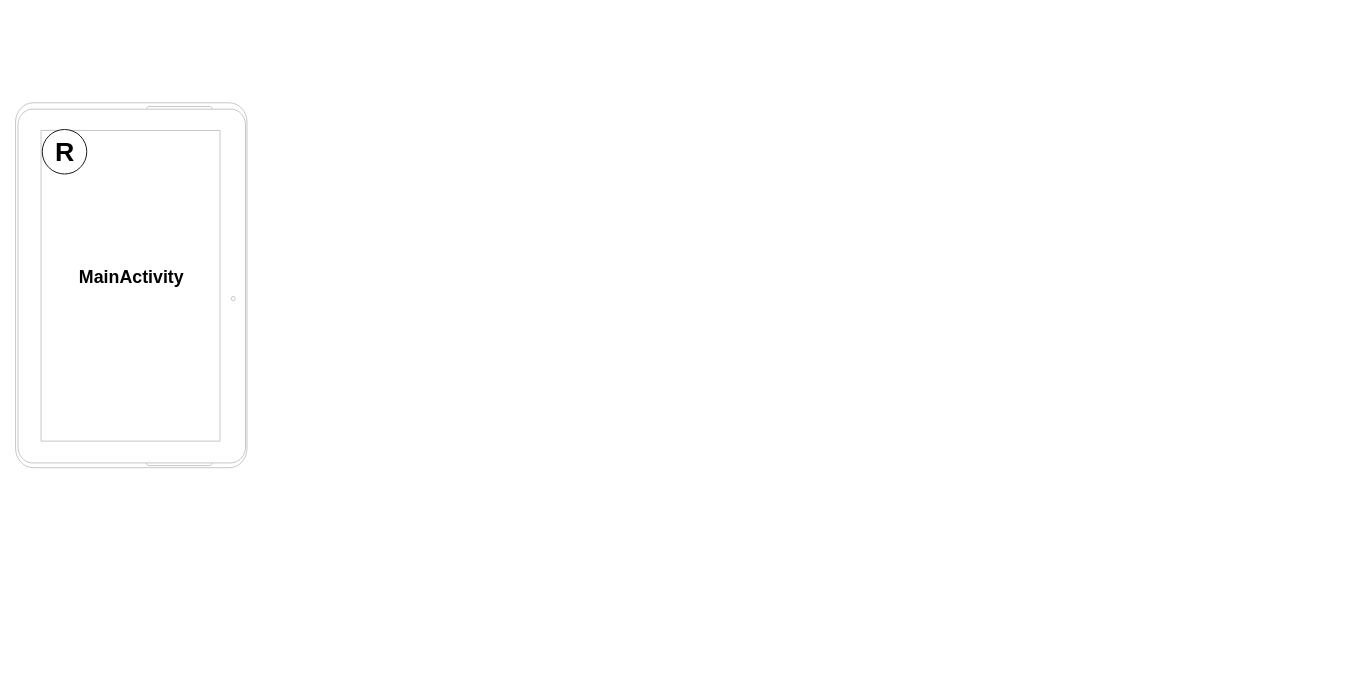
Above: Untitled Diagram.drawio in red-fox-yj/draw.io (draw.io), before the change. Source tidied: cells renumbered, new cells numbered last; positions are measured from the earlier drawing's top-left corner, leaving out a move shared by most shapes. Both pictures are drawn from the tidied source at 89%, with x=0, y=0 at pixel (15, 102).
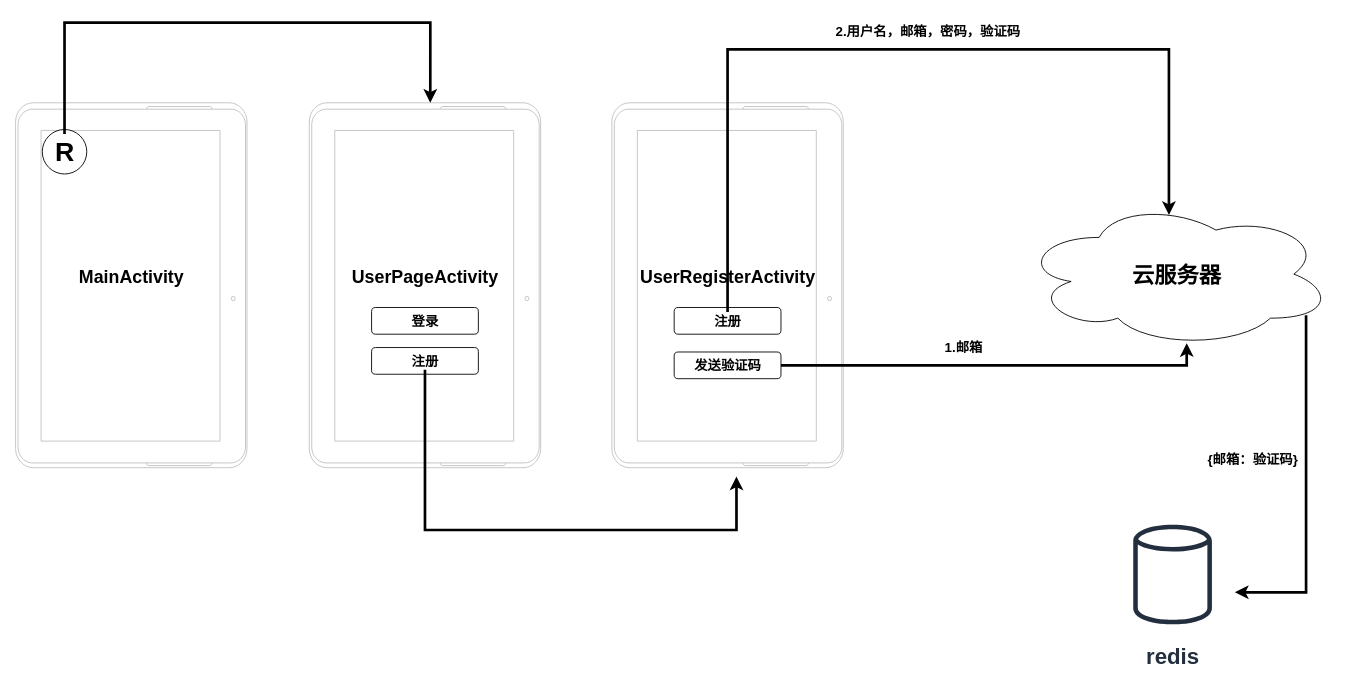
The same page after the edit.

The change refers to these unchanged cells:
```xml
<mxCell id="6" value="&lt;font style=&quot;vertical-align: inherit; font-size: 30px;&quot;&gt;&lt;font style=&quot;vertical-align: inherit; font-size: 30px;&quot;&gt;&lt;font style=&quot;vertical-align: inherit; font-size: 30px;&quot;&gt;&lt;font style=&quot;vertical-align: inherit; font-size: 30px;&quot;&gt;&lt;font style=&quot;vertical-align: inherit; font-size: 30px;&quot;&gt;&lt;font style=&quot;vertical-align: inherit; font-size: 30px;&quot;&gt;&lt;font style=&quot;vertical-align: inherit; font-size: 30px;&quot;&gt;&lt;font style=&quot;vertical-align: inherit; font-size: 30px;&quot;&gt;R&lt;/font&gt;&lt;/font&gt;&lt;/font&gt;&lt;/font&gt;&lt;/font&gt;&lt;/font&gt;&lt;/font&gt;&lt;/font&gt;" style="text;html=1;align=center;verticalAlign=middle;points=[];fillColor=none;strokeColor=none;rounded=0;fontSize=30;fontStyle=1;" parent="2" vertex="1">
  <mxGeometry x="35" y="35" width="40" height="40" as="geometry" />
</mxCell>
```

What changed in the source:
```diff
@@
+    <mxCell id="7" style="group;" parent="1" vertex="1">
+      <mxGeometry x="330" width="260" height="410" as="geometry" />
+    </mxCell>
+    <mxCell id="8" style="verticalLabelPosition=bottom;verticalAlign=top;html=1;shadow=0;dashed=0;strokeWidth=1;shape=mxgraph.android.tab2;strokeColor=#c0c0c0;" parent="7" vertex="1">
+      <mxGeometry width="260" height="410" as="geometry" />
+    </mxCell>
+    <mxCell id="9" value="&lt;font style=&quot;vertical-align: inherit ; font-size: 20px&quot;&gt;&lt;font style=&quot;vertical-align: inherit ; font-size: 20px&quot;&gt;&lt;font style=&quot;vertical-align: inherit ; font-size: 20px&quot;&gt;&lt;font style=&quot;vertical-align: inherit ; font-size: 20px&quot;&gt;UserPageActivity&lt;/font&gt;&lt;/font&gt;&lt;/font&gt;&lt;/font&gt;" style="text;html=1;align=center;verticalAlign=middle;fillColor=none;strokeColor=none;rounded=0;fontStyle=1;fontSize=20;" parent="7" vertex="1">
+      <mxGeometry x="40" y="180" width="180" height="30" as="geometry" />
+    </mxCell>
+    <mxCell id="10" style="group;" parent="7" vertex="1">
+      <mxGeometry x="70" y="230" width="120" height="30" as="geometry" />
+    </mxCell>
+    <mxCell id="11" style="rounded=1;whiteSpace=wrap;html=1;" parent="10" vertex="1">
+      <mxGeometry width="120" height="30" as="geometry" />
+    </mxCell>
+    <mxCell id="12" value="&lt;b&gt;&lt;font style=&quot;font-size: 15px&quot;&gt;登录&lt;/font&gt;&lt;/b&gt;" style="text;html=1;align=center;verticalAlign=middle;fillColor=none;strokeColor=none;rounded=0;" parent="10" vertex="1">
+      <mxGeometry x="35" y="5" width="50" height="20" as="geometry" />
+    </mxCell>
+    <mxCell id="13" style="group;" parent="7" vertex="1">
+      <mxGeometry x="70" y="275" width="120" height="30" as="geometry" />
+    </mxCell>
+    <mxCell id="14" style="rounded=1;whiteSpace=wrap;html=1;" parent="13" vertex="1">
+      <mxGeometry width="120" height="30" as="geometry" />
+    </mxCell>
+    <mxCell id="15" value="&lt;b&gt;&lt;font style=&quot;font-size: 15px&quot;&gt;注册&lt;/font&gt;&lt;/b&gt;" style="text;html=1;align=center;verticalAlign=middle;points=[];fillColor=none;strokeColor=none;rounded=0;" parent="13" vertex="1">
+      <mxGeometry x="35" y="5" width="50" height="20" as="geometry" />
+    </mxCell>
+    <mxCell id="16" style="edgeStyle=orthogonalEdgeStyle;rounded=0;jettySize=auto;html=1;entryX=0.523;entryY=0;entryDx=0;entryDy=0;entryPerimeter=0;strokeWidth=3;" parent="1" edge="1" source="6" target="8">
+      <mxGeometry relative="1" as="geometry">
+        <Array as="points">
+          <mxPoint x="55" y="-90" />
+          <mxPoint x="466" y="-90" />
+        </Array>
+      </mxGeometry>
+    </mxCell>
+    <mxCell id="17" style="group;" parent="1" vertex="1">
+      <mxGeometry x="670" width="260" height="410" as="geometry" />
+    </mxCell>
+    <mxCell id="18" style="verticalLabelPosition=bottom;verticalAlign=top;html=1;shadow=0;dashed=0;strokeWidth=1;shape=mxgraph.android.tab2;strokeColor=#c0c0c0;" parent="17" vertex="1">
+      <mxGeometry width="260" height="410" as="geometry" />
+    </mxCell>
+    <mxCell id="19" value="&lt;font style=&quot;vertical-align: inherit ; font-size: 20px&quot;&gt;&lt;font style=&quot;vertical-align: inherit ; font-size: 20px&quot;&gt;&lt;font style=&quot;vertical-align: inherit ; font-size: 20px&quot;&gt;&lt;font style=&quot;vertical-align: inherit ; font-size: 20px&quot;&gt;UserRegisterActivity&lt;/font&gt;&lt;/font&gt;&lt;/font&gt;&lt;/font&gt;" style="text;html=1;align=center;verticalAlign=middle;fillColor=none;strokeColor=none;rounded=0;fontStyle=1;fontSize=20;" parent="17" vertex="1">
+      <mxGeometry x="25" y="180" width="210" height="30" as="geometry" />
+    </mxCell>
+    <mxCell id="20" style="group;" parent="17" vertex="1">
+      <mxGeometry x="70" y="230" width="120" height="30" as="geometry" />
+    </mxCell>
+    <mxCell id="21" style="rounded=1;whiteSpace=wrap;html=1;" parent="20" vertex="1">
+      <mxGeometry width="120" height="30" as="geometry" />
+    </mxCell>
+    <mxCell id="22" value="&lt;b&gt;&lt;font style=&quot;font-size: 15px&quot;&gt;注册&lt;/font&gt;&lt;/b&gt;" style="text;html=1;align=center;verticalAlign=middle;points=[];fillColor=none;strokeColor=none;rounded=0;" parent="20" vertex="1">
+      <mxGeometry x="35" y="5" width="50" height="20" as="geometry" />
+    </mxCell>
+    <mxCell id="23" style="group;" parent="17" vertex="1">
+      <mxGeometry x="70" y="280" width="120" height="30" as="geometry" />
+    </mxCell>
+    <mxCell id="24" style="rounded=1;whiteSpace=wrap;html=1;" parent="23" vertex="1">
+      <mxGeometry width="120" height="30" as="geometry" />
+    </mxCell>
+    <mxCell id="25" value="&lt;b&gt;&lt;font style=&quot;font-size: 15px&quot;&gt;发送验证码&lt;/font&gt;&lt;/b&gt;" style="text;html=1;align=center;verticalAlign=middle;fillColor=none;strokeColor=none;rounded=0;" parent="23" vertex="1">
+      <mxGeometry x="15" y="5" width="90" height="20" as="geometry" />
+    </mxCell>
+    <mxCell id="26" style="edgeStyle=orthogonalEdgeStyle;rounded=0;jettySize=auto;html=1;strokeWidth=3;" parent="1" edge="1" source="15">
+      <mxGeometry relative="1" as="geometry">
+        <mxPoint x="810" y="420" as="targetPoint" />
+        <Array as="points">
+          <mxPoint x="460" y="480" />
+          <mxPoint x="810" y="480" />
+        </Array>
+      </mxGeometry>
+    </mxCell>
+    <mxCell id="27" style="edgeStyle=orthogonalEdgeStyle;rounded=0;jettySize=auto;html=1;entryX=1;entryY=0.643;entryDx=0;entryDy=0;entryPerimeter=0;strokeWidth=3;" parent="1" edge="1" source="28" target="33">
+      <mxGeometry relative="1" as="geometry">
+        <Array as="points">
+          <mxPoint x="1450" y="550" />
+        </Array>
+      </mxGeometry>
+    </mxCell>
+    <mxCell id="28" value="&lt;font size=&quot;1&quot;&gt;&lt;b style=&quot;font-size: 25px&quot;&gt;云服务器&lt;/b&gt;&lt;/font&gt;" style="ellipse;shape=cloud;whiteSpace=wrap;html=1;align=center;" parent="1" vertex="1">
+      <mxGeometry x="1130" y="110" width="350" height="165" as="geometry" />
+    </mxCell>
+    <mxCell id="29" style="edgeStyle=orthogonalEdgeStyle;rounded=0;jettySize=auto;html=1;entryX=0.531;entryY=0.97;entryDx=0;entryDy=0;entryPerimeter=0;strokeWidth=3;" parent="1" edge="1" source="24" target="28">
+      <mxGeometry relative="1" as="geometry" />
+    </mxCell>
+    <mxCell id="30" value="&lt;b&gt;&lt;font style=&quot;font-size: 15px&quot;&gt;1.邮箱&lt;/font&gt;&lt;/b&gt;" style="text;html=1;align=center;verticalAlign=middle;fillColor=none;strokeColor=none;rounded=0;" parent="1" vertex="1">
+      <mxGeometry x="1035" y="265" width="60" height="20" as="geometry" />
+    </mxCell>
+    <mxCell id="31" style="edgeStyle=orthogonalEdgeStyle;rounded=0;jettySize=auto;html=1;entryX=0.474;entryY=0.097;entryDx=0;entryDy=0;entryPerimeter=0;strokeWidth=3;" parent="1" edge="1" source="22" target="28">
+      <mxGeometry relative="1" as="geometry">
+        <Array as="points">
+          <mxPoint x="800" y="-60" />
+          <mxPoint x="1296" y="-60" />
+        </Array>
+      </mxGeometry>
+    </mxCell>
+    <mxCell id="32" value="&lt;b&gt;&lt;font style=&quot;font-size: 15px&quot;&gt;2.用户名，邮箱，密码，验证码&lt;/font&gt;&lt;/b&gt;" style="text;html=1;align=center;verticalAlign=middle;fillColor=none;strokeColor=none;rounded=0;" parent="1" vertex="1">
+      <mxGeometry x="915" y="-90" width="220" height="20" as="geometry" />
+    </mxCell>
+    <mxCell id="33" value="&lt;font style=&quot;font-size: 25px&quot;&gt;&lt;b&gt;redis&lt;/b&gt;&lt;/font&gt;" style="outlineConnect=0;fontColor=#232F3E;gradientColor=none;strokeColor=#232F3E;fillColor=#ffffff;dashed=0;verticalLabelPosition=bottom;verticalAlign=top;align=center;html=1;fontSize=12;fontStyle=0;shape=mxgraph.aws4.resourceIcon;resIcon=mxgraph.aws4.generic_database;" parent="1" vertex="1">
+      <mxGeometry x="1230" y="460" width="140" height="140" as="geometry" />
+    </mxCell>
+    <mxCell id="34" value="&lt;b&gt;&lt;font style=&quot;font-size: 15px&quot;&gt;{邮箱：验证码}&lt;/font&gt;&lt;/b&gt;" style="text;html=1;align=center;verticalAlign=middle;fillColor=none;strokeColor=none;rounded=0;" parent="1" vertex="1">
+      <mxGeometry x="1330" y="390" width="120" height="20" as="geometry" />
+    </mxCell>
```
